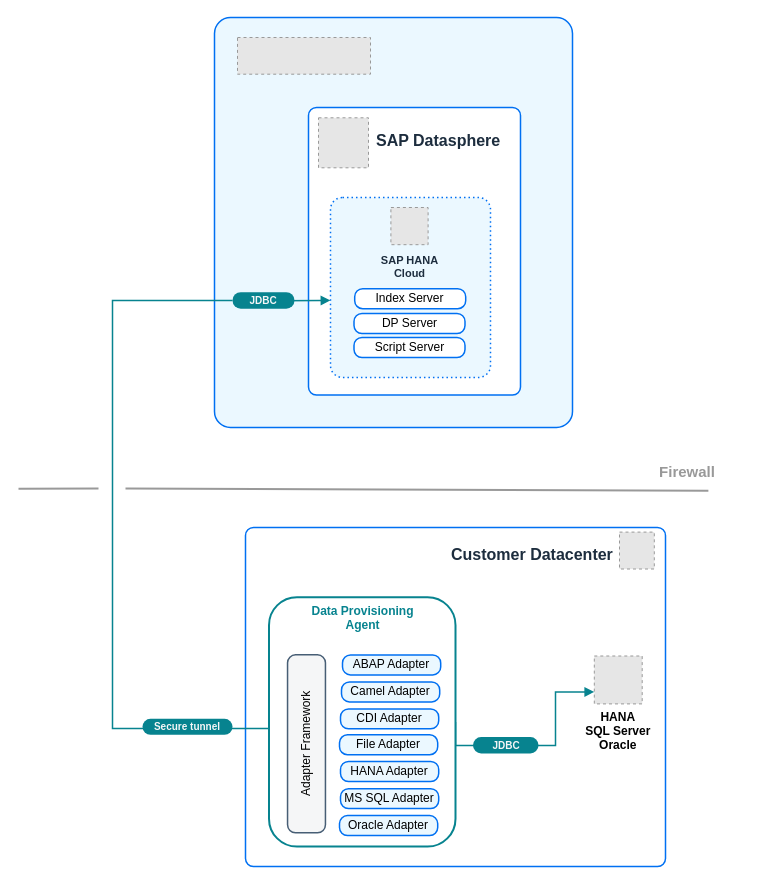
The draw.io diagram page "DP Agent Vertical" (5 of 6) of SAP_Datasphere_DP_Agent.drawio in ihenry/draw-io, before the edit. Source tidied: cells renumbered, new cells numbered last; positions are measured from the earlier drawing's top-left corner, leaving out a move shared by most shapes. Both pictures are drawn from the tidied source at 100%, with x=0, y=0 at pixel (18, 17). Pictures stored in the file or linked from it are replaced by grey dashed boxes.
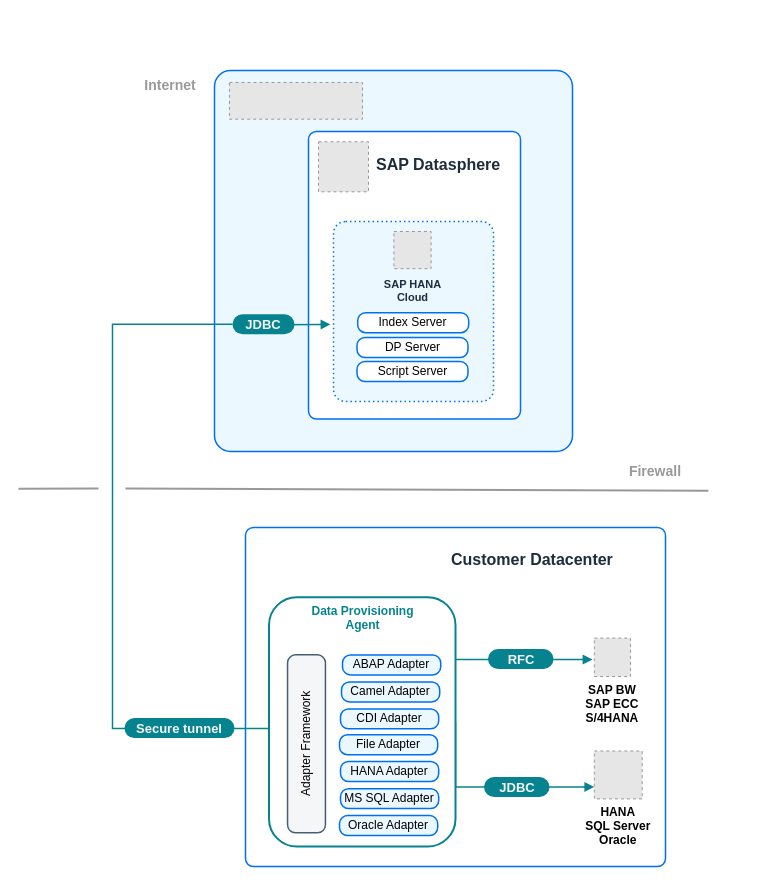
The same diagram, later.

The change refers to these unchanged cells:
```xml
<mxCell id="7" style="group;" parent="1" vertex="1">
  <mxGeometry x="219" y="90" width="334.5" height="381.2" as="geometry" />
</mxCell>
<mxCell id="28" value="Data Provisioning &lt;br&gt;Agent" style="rounded=1;whiteSpace=wrap;html=1;strokeWidth=2;strokeColor=#07838F;fontColor=#07838F;fontStyle=1;verticalAlign=top;" parent="1" vertex="1">
  <mxGeometry x="250.5" y="579.7" width="186.5" height="249.4" as="geometry" />
</mxCell>
```

Change to the diagram source:
```diff
@@
     <mxCell id="2" style="rounded=1;whiteSpace=wrap;html=1;strokeColor=#0070F2;fillColor=#EBF8FF;arcSize=32;absoluteArcSize=1;imageWidth=64;imageHeight=64;strokeWidth=1.5;" parent="1" vertex="1">
-      <mxGeometry x="196" width="358" height="410" as="geometry" />
+      <mxGeometry x="196" y="53" width="358" height="381" as="geometry" />
     </mxCell>
     <mxCell id="3" style="fillColor=#E6E6E6;strokeColor=#999999;dashed=1;verticalLabelPosition=bottom;labelBackgroundColor=default;verticalAlign=top;" parent="1" vertex="1">
-      <mxGeometry x="219" y="20" width="133" height="36.7" as="geometry" />
+      <mxGeometry x="211" y="65" width="133" height="36.7" as="geometry" />
     </mxCell>
     <mxCell id="4" value="&lt;font face=&quot;Arial&quot; color=&quot;#1a2733&quot;&gt;&lt;b&gt;&amp;nbsp;&lt;/b&gt;&lt;/font&gt;" style="text;html=1;align=center;verticalAlign=middle;strokeColor=none;fillColor=none;fontSize=16;fontFamily=Helvetica;fontColor=default;" parent="1" vertex="1">
-      <mxGeometry x="584.4" y="211" width="30" height="30" as="geometry" />
+      <mxGeometry x="584.4" y="235" width="30" height="30" as="geometry" />
     </mxCell>
@@
-    <mxCell id="6" value="&lt;span style=&quot;font-size: 15px; font-weight: 700;&quot;&gt;&lt;font&gt;Firewall&lt;/font&gt;&lt;/span&gt;" style="text;whiteSpace=wrap;html=1;align=center;fontColor=#999999;" parent="1" vertex="1">
-      <mxGeometry x="594" y="439" width="150.4" height="45.6" as="geometry" />
+    <mxCell id="6" value="&lt;span style=&quot;font-size: 14px; font-weight: 700;&quot;&gt;&lt;font style=&quot;font-size: 14px;&quot;&gt;Firewall&lt;/font&gt;&lt;/span&gt;" style="text;whiteSpace=wrap;html=1;align=center;fontColor=#999999;fontSize=14;" parent="1" vertex="1">
+      <mxGeometry x="562" y="439" width="150.4" height="45.6" as="geometry" />
     </mxCell>
@@
     <mxCell id="8" style="rounded=1;whiteSpace=wrap;html=1;strokeColor=#0070F2;strokeWidth=1.5;arcSize=16;fillColor=#FFFFFF;perimeterSpacing=0;absoluteArcSize=1;" parent="7" vertex="1">
-      <mxGeometry x="71" width="212" height="287.5" as="geometry" />
+      <mxGeometry x="71" y="24" width="212" height="287.5" as="geometry" />
     </mxCell>
     <mxCell id="9" style="fillColor=#E6E6E6;strokeColor=#999999;dashed=1;verticalLabelPosition=bottom;verticalAlign=top;" parent="7" vertex="1">
-      <mxGeometry x="81" y="10.3" width="50" height="50" as="geometry" />
+      <mxGeometry x="81" y="34.3" width="50" height="50" as="geometry" />
     </mxCell>
     <mxCell id="10" value="&lt;font face=&quot;arial&quot; style=&quot;font-size: 16px;&quot;&gt;&lt;b style=&quot;font-size: 16px;&quot;&gt;SAP Datasphere&lt;/b&gt;&lt;/font&gt;" style="text;html=1;align=left;verticalAlign=middle;strokeColor=none;fillColor=none;fontSize=12;fontColor=#1d2d3e;fontFamily=Helvetica;" parent="7" vertex="1">
-      <mxGeometry x="137" y="17.6" width="150" height="30" as="geometry" />
+      <mxGeometry x="137" y="41.6" width="150" height="30" as="geometry" />
     </mxCell>
     <mxCell id="11" style="rounded=1;whiteSpace=wrap;html=1;strokeColor=#0070F2;fillColor=#EBF8FF;arcSize=24;absoluteArcSize=1;imageWidth=64;imageHeight=64;strokeWidth=1.5;dashed=1;dashPattern=1 2;" parent="7" vertex="1">
-      <mxGeometry x="93" y="90" width="160" height="180" as="geometry" />
+      <mxGeometry x="96" y="114" width="160" height="180" as="geometry" />
     </mxCell>
     <mxCell id="12" style="group;" parent="7" vertex="1">
-      <mxGeometry x="130.3" y="100" width="83.4" height="101.2" as="geometry" />
+      <mxGeometry x="133.3" y="124" width="83.4" height="101.2" as="geometry" />
     </mxCell>
@@
     <mxCell id="14" value="DP Server" style="rounded=1;whiteSpace=wrap;html=1;strokeColor=#0070F2;strokeWidth=1.5;arcSize=16;fillColor=#ffffff;perimeterSpacing=0;absoluteArcSize=1;" parent="7" vertex="1">
-      <mxGeometry x="116.5" y="206" width="111" height="20" as="geometry" />
+      <mxGeometry x="119.5" y="230" width="111" height="20" as="geometry" />
     </mxCell>
     <mxCell id="15" value="Index Server" style="rounded=1;whiteSpace=wrap;html=1;strokeColor=#0070F2;strokeWidth=1.5;arcSize=16;fillColor=#ffffff;perimeterSpacing=0;absoluteArcSize=1;" parent="7" vertex="1">
-      <mxGeometry x="117.2" y="181.2" width="111" height="20" as="geometry" />
+      <mxGeometry x="120.2" y="205.2" width="111" height="20" as="geometry" />
     </mxCell>
     <mxCell id="16" value="Script Server" style="rounded=1;whiteSpace=wrap;html=1;strokeColor=#0070F2;strokeWidth=1.5;arcSize=16;fillColor=#ffffff;perimeterSpacing=0;absoluteArcSize=1;" parent="7" vertex="1">
-      <mxGeometry x="116.5" y="230" width="111" height="20" as="geometry" />
+      <mxGeometry x="119.5" y="254" width="111" height="20" as="geometry" />
     </mxCell>
     <mxCell id="17" value="&lt;font style=&quot;font-size: 11px;&quot; face=&quot;arial&quot; color=&quot;#1d2d3e&quot;&gt;&lt;b style=&quot;font-size: 11px;&quot;&gt;SAP HANA Cloud&lt;br style=&quot;font-size: 11px;&quot;&gt;&lt;/b&gt;&lt;/font&gt;" style="text;html=1;align=center;verticalAlign=top;strokeColor=none;fillColor=none;fontSize=11;fontColor=default;fontFamily=Helvetica;fixedWidth=1;imageWidth=24;whiteSpace=wrap;labelBackgroundColor=none;" parent="7" vertex="1">
-      <mxGeometry x="131" y="140" width="83.4" height="49" as="geometry" />
+      <mxGeometry x="134" y="164" width="83.4" height="49" as="geometry" />
     </mxCell>
-    <mxCell id="18" value="&lt;b style=&quot;color: rgb(245, 246, 247); font-size: x-small;&quot;&gt;JDBC&lt;/b&gt;" style="rounded=1;whiteSpace=wrap;html=1;arcSize=50;strokeColor=none;fillColor=#07838f;strokeWidth=1.5;" parent="7" vertex="1">
-      <mxGeometry x="-5" y="184.7" width="62" height="16.5" as="geometry" />
+    <mxCell id="18" value="&lt;b style=&quot;color: rgb(245, 246, 247); font-size: 13px;&quot;&gt;JDBC&lt;/b&gt;" style="rounded=1;whiteSpace=wrap;html=1;arcSize=50;strokeColor=none;fillColor=#07838f;strokeWidth=1.5;fontSize=13;" parent="7" vertex="1">
+      <mxGeometry x="-5" y="206.7" width="62" height="20" as="geometry" />
     </mxCell>
     <mxCell id="19" style="rounded=0;orthogonalLoop=1;jettySize=auto;html=1;endArrow=block;endFill=1;strokeWidth=1.5;strokeColor=#07838F;entryX=0;entryY=0.594;entryDx=0;entryDy=0;entryPerimeter=0;" parent="1" edge="1">
       <mxGeometry relative="1" as="geometry">
-        <mxPoint x="262" y="283.3" as="sourcePoint" />
-        <mxPoint x="312" y="282.9" as="targetPoint" />
+        <mxPoint x="262" y="307.3" as="sourcePoint" />
+        <mxPoint x="312" y="306.9" as="targetPoint" />
       </mxGeometry>
     </mxCell>
@@
     <mxCell id="21" value="&lt;font face=&quot;arial&quot;&gt;&lt;span style=&quot;font-size: 16px;&quot;&gt;&lt;b&gt;Customer Datacenter&lt;/b&gt;&lt;/span&gt;&lt;/font&gt;" style="text;html=1;align=left;verticalAlign=middle;strokeColor=none;fillColor=none;fontSize=12;fontColor=#1d2d3e;fontFamily=Helvetica;" parent="1" vertex="1">
-      <mxGeometry x="431" y="521.6" width="190" height="30" as="geometry" />
+      <mxGeometry x="431" y="526.6" width="190" height="30" as="geometry" />
     </mxCell>
-    <mxCell id="22" style="fillColor=#E6E6E6;strokeColor=#999999;dashed=1;verticalLabelPosition=bottom;labelBackgroundColor=default;verticalAlign=top;" parent="1" vertex="1">
-      <mxGeometry x="601" y="514.6" width="34.8" height="36.9" as="geometry" />
+    <mxCell id="22" value="SAP BW&#10;SAP ECC&#10;S/4HANA" style="fillColor=#E6E6E6;strokeColor=#999999;dashed=1;verticalLabelPosition=bottom;labelBackgroundColor=default;verticalAlign=top;fontStyle=1;" parent="1" vertex="1">
+      <mxGeometry x="575.8" y="620.6" width="36.2" height="38.4" as="geometry" />
     </mxCell>
     <mxCell id="23" value="HANA&#10;SQL Server&#10;Oracle" style="fillColor=#E6E6E6;strokeColor=#999999;dashed=1;verticalLabelPosition=bottom;verticalAlign=top;fontStyle=1;" parent="1" vertex="1">
-      <mxGeometry x="575.8" y="638.5" width="47.9" height="47.9" as="geometry" />
+      <mxGeometry x="575.8" y="733.5" width="47.9" height="47.9" as="geometry" />
     </mxCell>
     <mxCell id="24" style="edgeStyle=orthogonalEdgeStyle;rounded=0;jettySize=auto;html=1;endArrow=none;endFill=0;strokeColor=#07838f;strokeWidth=1.5;startArrow=block;startFill=1;entryX=1;entryY=0.5;entryDx=0;entryDy=0;exitX=0;exitY=0.75;exitDx=0;exitDy=0;" parent="1" edge="1" source="23" target="28">
       <mxGeometry relative="1" as="geometry">
         <Array as="points">
-          <mxPoint x="537" y="674" />
-          <mxPoint x="537" y="728" />
-          <mxPoint x="437" y="728" />
+          <mxPoint x="576" y="769" />
+          <mxPoint x="437" y="769" />
         </Array>
       </mxGeometry>
     </mxCell>
-    <mxCell id="25" value="&lt;b style=&quot;color: rgb(245, 246, 247); font-size: x-small;&quot;&gt;JDBC&lt;/b&gt;" style="rounded=1;whiteSpace=wrap;html=1;arcSize=50;strokeColor=none;fillColor=#07838f;strokeWidth=1.5;" parent="1" vertex="1">
-      <mxGeometry x="454.5" y="719.5" width="65.5" height="16.4" as="geometry" />
+    <mxCell id="25" value="&lt;b style=&quot;color: rgb(245, 246, 247); font-size: 13px;&quot;&gt;JDBC&lt;/b&gt;" style="rounded=1;whiteSpace=wrap;html=1;arcSize=50;strokeColor=none;fillColor=#07838f;strokeWidth=1.5;fontSize=13;" parent="1" vertex="1">
+      <mxGeometry x="465.5" y="759.5" width="65.5" height="20" as="geometry" />
     </mxCell>
@@
     <mxCell id="27" style="edgeStyle=orthogonalEdgeStyle;rounded=0;jettySize=auto;html=1;endArrow=none;endFill=0;strokeColor=#07838f;strokeWidth=1.5;startArrow=none;startFill=0;exitX=0;exitY=0.5;exitDx=0;exitDy=0;" parent="1" edge="1" source="18">
       <mxGeometry relative="1" as="geometry">
         <mxPoint x="260.5" y="711" as="targetPoint" />
         <Array as="points">
-          <mxPoint x="94" y="283" />
+          <mxPoint x="94" y="307" />
           <mxPoint x="94" y="711" />
         </Array>
       </mxGeometry>
     </mxCell>
@@
-    <mxCell id="29" value="&lt;b style=&quot;color: rgb(245, 246, 247); font-size: x-small;&quot;&gt;Secure tunnel&lt;/b&gt;" style="rounded=1;whiteSpace=wrap;html=1;arcSize=50;strokeColor=none;fillColor=#07838f;strokeWidth=1.5;" parent="1" vertex="1">
-      <mxGeometry x="124" y="701.3" width="90" height="16" as="geometry" />
+    <mxCell id="29" value="&lt;b style=&quot;color: rgb(245, 246, 247); font-size: 13px;&quot;&gt;Secure tunnel&lt;/b&gt;" style="rounded=1;whiteSpace=wrap;html=1;arcSize=50;strokeColor=none;fillColor=#07838f;strokeWidth=1.5;fontSize=13;" parent="1" vertex="1">
+      <mxGeometry x="106" y="700.6" width="110" height="20" as="geometry" />
     </mxCell>
@@
+    <mxCell id="38" value="&lt;span style=&quot;font-size: 14px;&quot;&gt;&lt;b style=&quot;font-size: 14px;&quot;&gt;Internet&lt;/b&gt;&lt;/span&gt;" style="text;whiteSpace=wrap;html=1;align=center;fontColor=#999999;fontSize=14;" parent="1" vertex="1">
+      <mxGeometry x="76.6" y="53" width="150.4" height="45.6" as="geometry" />
+    </mxCell>
+    <mxCell id="39" style="rounded=0;jettySize=auto;html=1;endArrow=none;endFill=0;strokeColor=#07838f;strokeWidth=1.5;startArrow=block;startFill=1;entryX=1;entryY=0.25;entryDx=0;entryDy=0;" parent="1" edge="1" target="28">
+      <mxGeometry relative="1" as="geometry">
+        <mxPoint x="574" y="642" as="sourcePoint" />
+      </mxGeometry>
+    </mxCell>
+    <mxCell id="40" value="&lt;b style=&quot;color: rgb(245, 246, 247); font-size: 13px;&quot;&gt;RFC&lt;/b&gt;" style="rounded=1;whiteSpace=wrap;html=1;arcSize=50;strokeColor=none;fillColor=#07838f;strokeWidth=1.5;fontSize=13;" parent="1" vertex="1">
+      <mxGeometry x="469.5" y="631.5" width="65.5" height="20" as="geometry" />
+    </mxCell>
```
